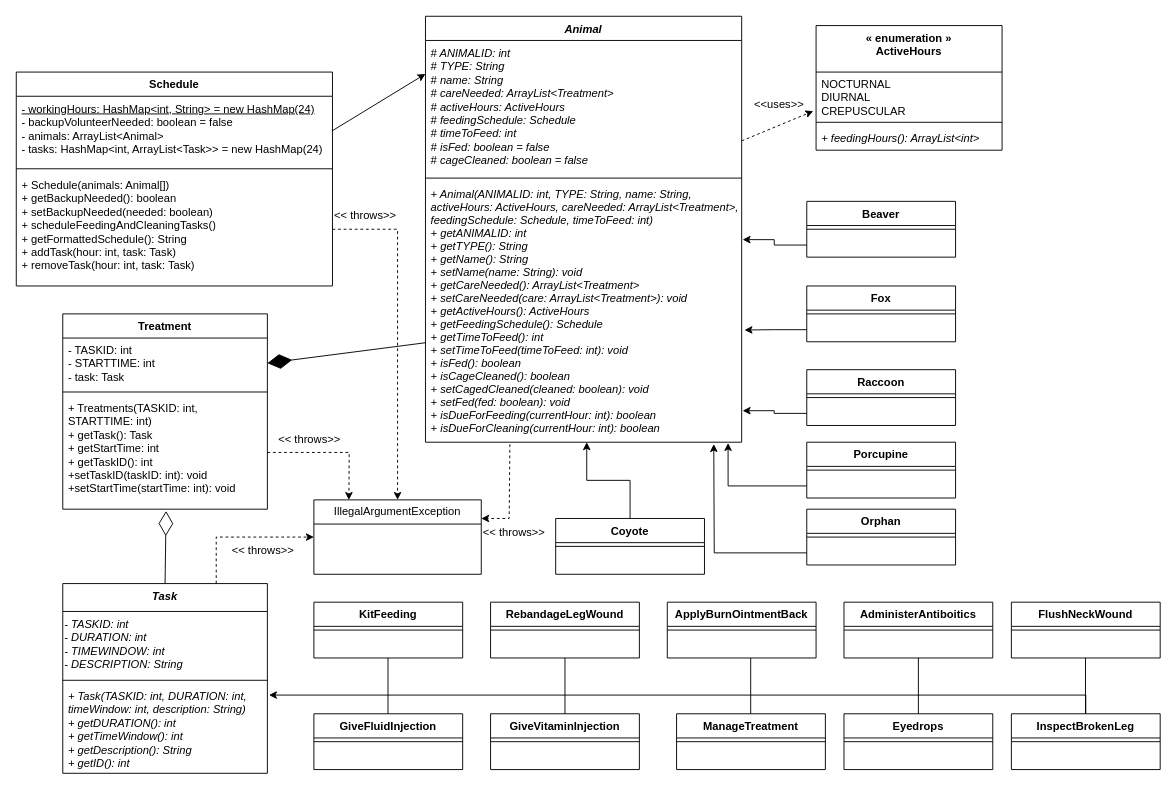
aryan-karadia/Mock-Schedule-Builder keeps this draw.io diagram as 64.drawio. Above is the earlier version. Source tidied: cells renumbered, new cells numbered last; positions are measured from the earlier drawing's top-left corner, leaving out a move shared by most shapes. Both pictures are drawn from the tidied source at 93%, with x=0, y=0 at pixel (16, 16).
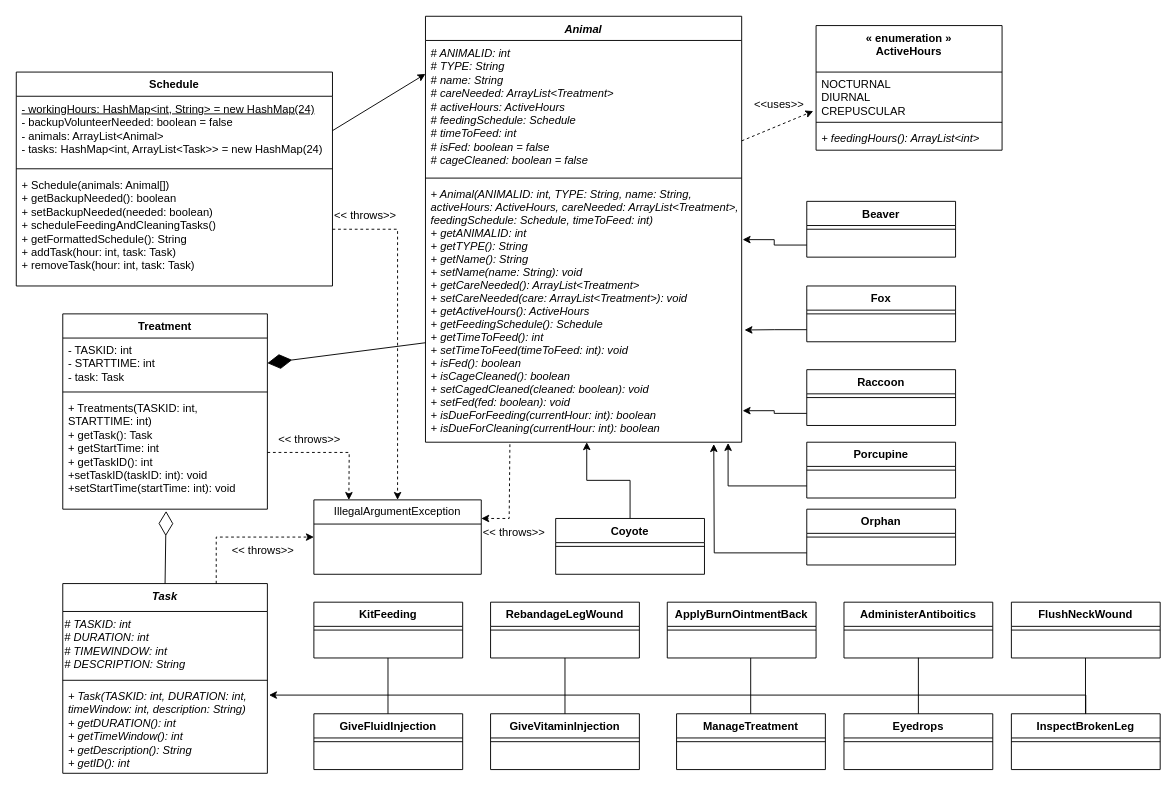
The same diagram, later.

Commit message:
Task variables are protected

Unchanged cells that the change refers to:
```xml
<mxCell id="10" value="Task" style="swimlane;fontStyle=3;align=center;verticalAlign=top;horizontal=1;startSize=30;whiteSpace=wrap;html=1;" parent="1" vertex="1">
  <mxGeometry x="50" y="610" width="220" height="204" as="geometry" />
</mxCell>
```

Change to the diagram source:
```diff
@@
-    <mxCell id="11" value="&lt;div style=&quot;&quot;&gt;&lt;span style=&quot;background-color: initial;&quot;&gt;- TASKID: int&lt;/span&gt;&lt;/div&gt;&lt;div style=&quot;&quot;&gt;&lt;span style=&quot;background-color: initial;&quot;&gt;- DURATION: int&lt;/span&gt;&lt;/div&gt;&lt;div style=&quot;&quot;&gt;&lt;span style=&quot;background-color: initial;&quot;&gt;- TIMEWINDOW: int&lt;/span&gt;&lt;/div&gt;&lt;div style=&quot;&quot;&gt;&lt;span style=&quot;background-color: initial;&quot;&gt;- DESCRIPTION: String&lt;/span&gt;&lt;/div&gt;" style="text;html=1;align=left;verticalAlign=middle;strokeColor=none;fillColor=none;fontStyle=2;" parent="10" vertex="1">
+    <mxCell id="11" value="&lt;div style=&quot;&quot;&gt;&lt;span style=&quot;background-color: initial;&quot;&gt;# TASKID: int&lt;/span&gt;&lt;/div&gt;&lt;div style=&quot;&quot;&gt;&lt;span style=&quot;background-color: initial;&quot;&gt;# DURATION: int&lt;/span&gt;&lt;/div&gt;&lt;div style=&quot;&quot;&gt;&lt;span style=&quot;background-color: initial;&quot;&gt;# TIMEWINDOW: int&lt;/span&gt;&lt;/div&gt;&lt;div style=&quot;&quot;&gt;&lt;span style=&quot;background-color: initial;&quot;&gt;# DESCRIPTION: String&lt;/span&gt;&lt;/div&gt;" style="text;html=1;align=left;verticalAlign=middle;strokeColor=none;fillColor=none;fontStyle=2;" parent="10" vertex="1">
       <mxGeometry y="30" width="220" height="70" as="geometry" />
     </mxCell>
```
